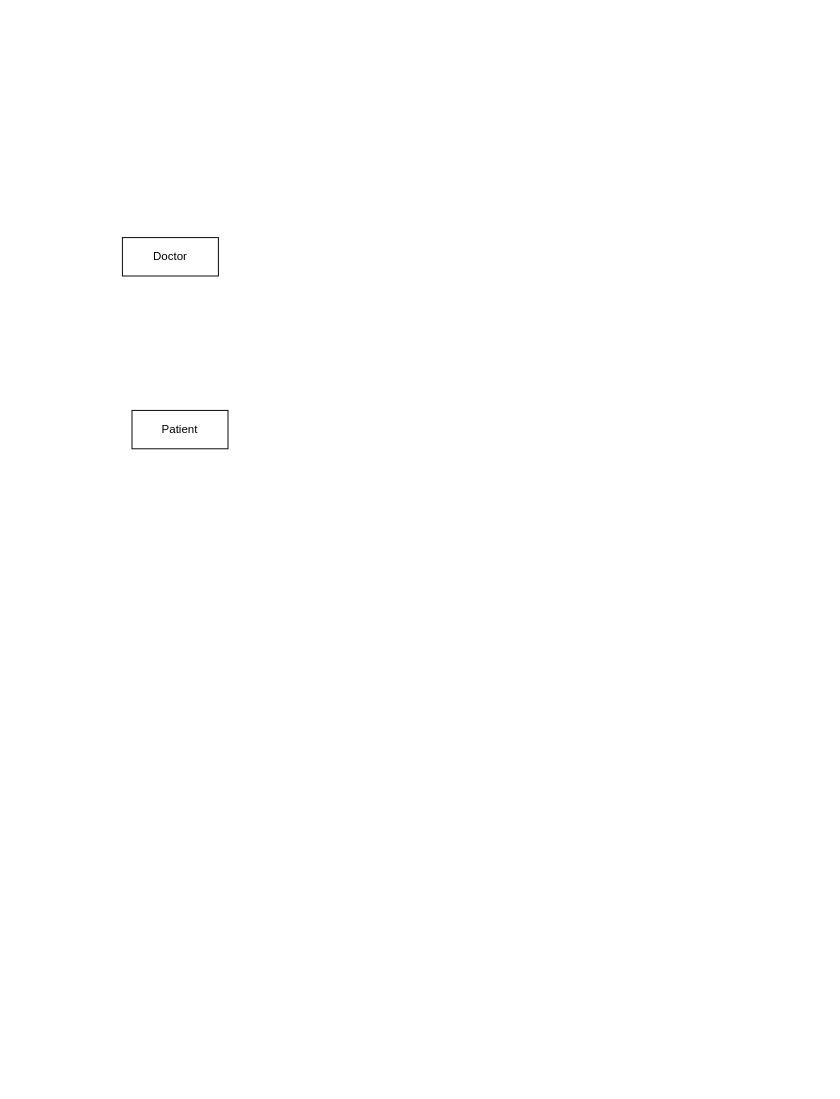
This is 9311.drawio from MC-Elixir/GRP-learning, a draw.io file, before an edit. Source tidied: cells renumbered, new cells numbered last; positions are measured from the earlier drawing's top-left corner, leaving out a move shared by most shapes. Both pictures are drawn from the tidied source at 96%, with x=0, y=0 at pixel (122, 237).
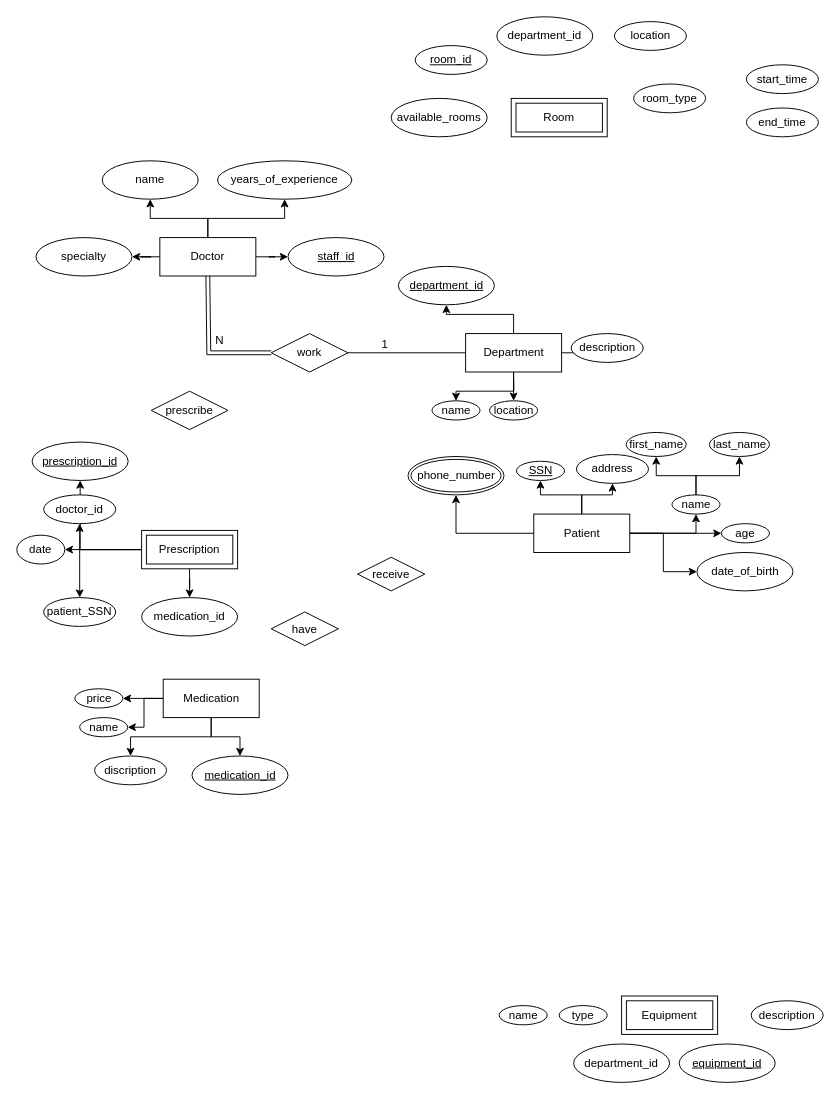
Above is the later version.

The edit, as a diff of the source:
```diff
@@
+    <mxCell id="4" style="edgeStyle=orthogonalEdgeStyle;rounded=0;jettySize=auto;html=1;" parent="1" edge="1" source="2" target="28">
+      <mxGeometry relative="1" as="geometry" />
+    </mxCell>
+    <mxCell id="5" style="edgeStyle=orthogonalEdgeStyle;rounded=0;jettySize=auto;html=1;" parent="1" edge="1" source="2" target="27">
+      <mxGeometry relative="1" as="geometry" />
+    </mxCell>
+    <mxCell id="6" style="edgeStyle=orthogonalEdgeStyle;rounded=0;jettySize=auto;html=1;" parent="1" edge="1" source="2" target="29">
+      <mxGeometry relative="1" as="geometry" />
+    </mxCell>
+    <mxCell id="7" style="edgeStyle=orthogonalEdgeStyle;rounded=0;jettySize=auto;html=1;" parent="1" edge="1" source="2" target="26">
+      <mxGeometry relative="1" as="geometry" />
+    </mxCell>
     <mxCell id="2" value="Doctor" style="whiteSpace=wrap;html=1;align=center;" parent="1" vertex="1">
-      <mxGeometry width="100" height="40" as="geometry" />
+      <mxGeometry x="39" width="100" height="40" as="geometry" />
     </mxCell>
+    <mxCell id="8" style="edgeStyle=orthogonalEdgeStyle;rounded=0;jettySize=auto;html=1;" parent="1" edge="1" source="12" target="30">
+      <mxGeometry relative="1" as="geometry" />
+    </mxCell>
+    <mxCell id="9" style="edgeStyle=orthogonalEdgeStyle;rounded=0;jettySize=auto;html=1;" parent="1" edge="1" source="12" target="33">
+      <mxGeometry relative="1" as="geometry" />
+    </mxCell>
+    <mxCell id="10" style="edgeStyle=orthogonalEdgeStyle;rounded=0;jettySize=auto;html=1;" parent="1" edge="1" source="12" target="32">
+      <mxGeometry relative="1" as="geometry" />
+    </mxCell>
+    <mxCell id="11" style="edgeStyle=orthogonalEdgeStyle;rounded=0;jettySize=auto;html=1;entryX=0.5;entryY=0;entryDx=0;entryDy=0;" parent="1" edge="1" source="12" target="31">
+      <mxGeometry relative="1" as="geometry" />
+    </mxCell>
+    <mxCell id="12" value="Department" style="whiteSpace=wrap;html=1;align=center;" parent="1" vertex="1">
+      <mxGeometry x="357.5" y="100" width="100" height="40" as="geometry" />
+    </mxCell>
+    <mxCell id="13" style="edgeStyle=orthogonalEdgeStyle;rounded=0;jettySize=auto;html=1;" parent="1" edge="1" source="17" target="35">
+      <mxGeometry relative="1" as="geometry" />
+    </mxCell>
+    <mxCell id="14" style="edgeStyle=orthogonalEdgeStyle;rounded=0;jettySize=auto;html=1;" parent="1" edge="1" source="17" target="36">
+      <mxGeometry relative="1" as="geometry" />
+    </mxCell>
+    <mxCell id="15" style="edgeStyle=orthogonalEdgeStyle;rounded=0;jettySize=auto;html=1;" parent="1" edge="1" source="17" target="37">
+      <mxGeometry relative="1" as="geometry" />
+    </mxCell>
+    <mxCell id="16" style="edgeStyle=orthogonalEdgeStyle;rounded=0;jettySize=auto;html=1;" parent="1" edge="1" source="17" target="34">
+      <mxGeometry relative="1" as="geometry" />
+    </mxCell>
+    <mxCell id="17" value="Medication" style="whiteSpace=wrap;html=1;align=center;" parent="1" vertex="1">
+      <mxGeometry x="42.5" y="460" width="100" height="40" as="geometry" />
+    </mxCell>
+    <mxCell id="18" style="edgeStyle=orthogonalEdgeStyle;rounded=0;jettySize=auto;html=1;" parent="1" edge="1" source="23" target="39">
+      <mxGeometry relative="1" as="geometry" />
+    </mxCell>
+    <mxCell id="19" style="edgeStyle=orthogonalEdgeStyle;rounded=0;jettySize=auto;html=1;" parent="1" edge="1" source="23" target="38">
+      <mxGeometry relative="1" as="geometry" />
+    </mxCell>
+    <mxCell id="20" style="edgeStyle=orthogonalEdgeStyle;rounded=0;jettySize=auto;html=1;" parent="1" edge="1" source="23" target="41">
+      <mxGeometry relative="1" as="geometry" />
+    </mxCell>
+    <mxCell id="21" style="edgeStyle=orthogonalEdgeStyle;rounded=0;jettySize=auto;html=1;" parent="1" edge="1" source="23" target="40">
+      <mxGeometry relative="1" as="geometry" />
+    </mxCell>
+    <mxCell id="22" style="edgeStyle=orthogonalEdgeStyle;rounded=0;jettySize=auto;html=1;" parent="1" edge="1" source="23" target="42">
+      <mxGeometry relative="1" as="geometry" />
+    </mxCell>
+    <mxCell id="23" value="Prescription" style="shape=ext;margin=3;double=1;whiteSpace=wrap;html=1;align=center;" parent="1" vertex="1">
+      <mxGeometry x="20" y="305" width="100" height="40" as="geometry" />
+    </mxCell>
+    <mxCell id="24" value="Room" style="shape=ext;margin=3;double=1;whiteSpace=wrap;html=1;align=center;" parent="1" vertex="1">
+      <mxGeometry x="405" y="-145" width="100" height="40" as="geometry" />
+    </mxCell>
+    <mxCell id="25" value="Equipment" style="shape=ext;margin=3;double=1;whiteSpace=wrap;html=1;align=center;" parent="1" vertex="1">
+      <mxGeometry x="520" y="790" width="100" height="40" as="geometry" />
+    </mxCell>
+    <mxCell id="26" value="staff_id" style="ellipse;whiteSpace=wrap;html=1;align=center;fontStyle=4;" parent="1" vertex="1">
+      <mxGeometry x="172.5" width="100" height="40" as="geometry" />
+    </mxCell>
+    <mxCell id="27" value="name" style="ellipse;whiteSpace=wrap;html=1;align=center;" parent="1" vertex="1">
+      <mxGeometry x="-21" y="-80" width="100" height="40" as="geometry" />
+    </mxCell>
+    <mxCell id="28" value="specialty" style="ellipse;whiteSpace=wrap;html=1;align=center;" parent="1" vertex="1">
+      <mxGeometry x="-90" width="100" height="40" as="geometry" />
+    </mxCell>
+    <mxCell id="29" value="years_of_experience" style="ellipse;whiteSpace=wrap;html=1;align=center;" parent="1" vertex="1">
+      <mxGeometry x="99" y="-80" width="140" height="40" as="geometry" />
+    </mxCell>
+    <mxCell id="30" value="department_id " style="ellipse;whiteSpace=wrap;html=1;align=center;fontStyle=4;" parent="1" vertex="1">
+      <mxGeometry x="287.5" y="30" width="100" height="40" as="geometry" />
+    </mxCell>
+    <mxCell id="31" value="name" style="ellipse;whiteSpace=wrap;html=1;align=center;" parent="1" vertex="1">
+      <mxGeometry x="322.5" y="170" width="50" height="20" as="geometry" />
+    </mxCell>
+    <mxCell id="32" value="description" style="ellipse;whiteSpace=wrap;html=1;align=center;" parent="1" vertex="1">
+      <mxGeometry x="467.5" y="100" width="75" height="30" as="geometry" />
+    </mxCell>
+    <mxCell id="33" value="location" style="ellipse;whiteSpace=wrap;html=1;align=center;" parent="1" vertex="1">
+      <mxGeometry x="382.5" y="170" width="50" height="20" as="geometry" />
+    </mxCell>
+    <mxCell id="34" value="medication_id " style="ellipse;whiteSpace=wrap;html=1;align=center;fontStyle=4;" parent="1" vertex="1">
+      <mxGeometry x="72.5" y="540" width="100" height="40" as="geometry" />
+    </mxCell>
+    <mxCell id="35" value="name" style="ellipse;whiteSpace=wrap;html=1;align=center;" parent="1" vertex="1">
+      <mxGeometry x="-44.5" y="500" width="50" height="20" as="geometry" />
+    </mxCell>
+    <mxCell id="36" value="discription" style="ellipse;whiteSpace=wrap;html=1;align=center;" parent="1" vertex="1">
+      <mxGeometry x="-29" y="540" width="75" height="30" as="geometry" />
+    </mxCell>
+    <mxCell id="37" value="price" style="ellipse;whiteSpace=wrap;html=1;align=center;" parent="1" vertex="1">
+      <mxGeometry x="-49.5" y="470" width="50" height="20" as="geometry" />
+    </mxCell>
+    <mxCell id="38" value="prescription_id " style="ellipse;whiteSpace=wrap;html=1;align=center;fontStyle=4;" parent="1" vertex="1">
+      <mxGeometry x="-94" y="213" width="100" height="40" as="geometry" />
+    </mxCell>
+    <mxCell id="39" value="date" style="ellipse;whiteSpace=wrap;html=1;align=center;" parent="1" vertex="1">
+      <mxGeometry x="-110" y="310" width="50" height="30" as="geometry" />
+    </mxCell>
+    <mxCell id="40" value="doctor_id " style="ellipse;whiteSpace=wrap;html=1;align=center;" parent="1" vertex="1">
+      <mxGeometry x="-82" y="268" width="75" height="30" as="geometry" />
+    </mxCell>
+    <mxCell id="41" value="patient_SSN " style="ellipse;whiteSpace=wrap;html=1;align=center;" parent="1" vertex="1">
+      <mxGeometry x="-82" y="375" width="75" height="30" as="geometry" />
+    </mxCell>
+    <mxCell id="42" value="medication_id " style="ellipse;whiteSpace=wrap;html=1;align=center;" parent="1" vertex="1">
+      <mxGeometry x="20" y="375" width="100" height="40" as="geometry" />
+    </mxCell>
+    <mxCell id="43" value="room_id " style="ellipse;whiteSpace=wrap;html=1;align=center;fontStyle=4;" parent="1" vertex="1">
+      <mxGeometry x="305" y="-200" width="75" height="30" as="geometry" />
+    </mxCell>
+    <mxCell id="44" value="location" style="ellipse;whiteSpace=wrap;html=1;align=center;" parent="1" vertex="1">
+      <mxGeometry x="512.5" y="-225" width="75" height="30" as="geometry" />
+    </mxCell>
+    <mxCell id="45" value="room_type" style="ellipse;whiteSpace=wrap;html=1;align=center;" parent="1" vertex="1">
+      <mxGeometry x="532.5" y="-160" width="75" height="30" as="geometry" />
+    </mxCell>
+    <mxCell id="46" value="department_id " style="ellipse;whiteSpace=wrap;html=1;align=center;" parent="1" vertex="1">
+      <mxGeometry x="390" y="-230" width="100" height="40" as="geometry" />
+    </mxCell>
+    <mxCell id="47" value="start_time" style="ellipse;whiteSpace=wrap;html=1;align=center;" parent="1" vertex="1">
+      <mxGeometry x="650" y="-180" width="75" height="30" as="geometry" />
+    </mxCell>
+    <mxCell id="48" value="end_time" style="ellipse;whiteSpace=wrap;html=1;align=center;" parent="1" vertex="1">
+      <mxGeometry x="650" y="-135" width="75" height="30" as="geometry" />
+    </mxCell>
+    <mxCell id="49" value="available_rooms" style="ellipse;whiteSpace=wrap;html=1;align=center;" parent="1" vertex="1">
+      <mxGeometry x="280" y="-145" width="100" height="40" as="geometry" />
+    </mxCell>
+    <mxCell id="50" value="equipment_id" style="ellipse;whiteSpace=wrap;html=1;align=center;fontStyle=4;" parent="1" vertex="1">
+      <mxGeometry x="580" y="840" width="100" height="40" as="geometry" />
+    </mxCell>
+    <mxCell id="51" value="name" style="ellipse;whiteSpace=wrap;html=1;align=center;" parent="1" vertex="1">
+      <mxGeometry x="392.5" y="800" width="50" height="20" as="geometry" />
+    </mxCell>
+    <mxCell id="52" value="type" style="ellipse;whiteSpace=wrap;html=1;align=center;" parent="1" vertex="1">
+      <mxGeometry x="455" y="800" width="50" height="20" as="geometry" />
+    </mxCell>
+    <mxCell id="53" value="description" style="ellipse;whiteSpace=wrap;html=1;align=center;" parent="1" vertex="1">
+      <mxGeometry x="655" y="795" width="75" height="30" as="geometry" />
+    </mxCell>
+    <mxCell id="54" value="department_id " style="ellipse;whiteSpace=wrap;html=1;align=center;" parent="1" vertex="1">
+      <mxGeometry x="470" y="840" width="100" height="40" as="geometry" />
+    </mxCell>
+    <mxCell id="55" value="work" style="shape=rhombus;perimeter=rhombusPerimeter;whiteSpace=wrap;html=1;align=center;" parent="1" vertex="1">
+      <mxGeometry x="155" y="100" width="80" height="40" as="geometry" />
+    </mxCell>
+    <mxCell id="56" style="endArrow=none;html=1;rounded=0;entryX=1;entryY=0.5;entryDx=0;entryDy=0;exitX=0;exitY=0.5;exitDx=0;exitDy=0;" parent="1" edge="1" source="12" target="55">
+      <mxGeometry relative="1" as="geometry" />
+    </mxCell>
+    <mxCell id="57" value="1" style="html=1;whiteSpace=wrap;align=right;verticalAlign=bottom;" parent="56" vertex="1">
+      <mxGeometry x="1" relative="1" as="geometry">
+        <mxPoint x="43" as="offset" />
+      </mxGeometry>
+    </mxCell>
+    <mxCell id="58" style="shape=link;html=1;rounded=0;entryX=0;entryY=0.5;entryDx=0;entryDy=0;exitX=0.5;exitY=1;exitDx=0;exitDy=0;" parent="1" edge="1" source="2" target="55">
+      <mxGeometry relative="1" as="geometry">
+        <Array as="points">
+          <mxPoint x="90" y="120" />
+        </Array>
+      </mxGeometry>
+    </mxCell>
+    <mxCell id="59" value="N" style="html=1;whiteSpace=wrap;align=right;verticalAlign=bottom;" parent="58" vertex="1">
+      <mxGeometry x="1" relative="1" as="geometry">
+        <mxPoint x="-48" y="-5" as="offset" />
+      </mxGeometry>
+    </mxCell>
+    <mxCell id="60" style="edgeStyle=orthogonalEdgeStyle;rounded=0;jettySize=auto;html=1;" parent="1" edge="1" source="3" target="72">
+      <mxGeometry relative="1" as="geometry" />
+    </mxCell>
+    <mxCell id="61" style="edgeStyle=orthogonalEdgeStyle;rounded=0;jettySize=auto;html=1;" parent="1" edge="1" source="3" target="69">
+      <mxGeometry relative="1" as="geometry" />
+    </mxCell>
+    <mxCell id="62" style="edgeStyle=orthogonalEdgeStyle;rounded=0;jettySize=auto;html=1;" parent="1" edge="1" source="3" target="71">
+      <mxGeometry relative="1" as="geometry" />
+    </mxCell>
+    <mxCell id="63" style="edgeStyle=orthogonalEdgeStyle;rounded=0;jettySize=auto;html=1;" parent="1" edge="1" source="3" target="66">
+      <mxGeometry relative="1" as="geometry" />
+    </mxCell>
+    <mxCell id="64" style="edgeStyle=orthogonalEdgeStyle;rounded=0;jettySize=auto;html=1;entryX=0.5;entryY=1;entryDx=0;entryDy=0;" parent="1" edge="1" source="3" target="75">
+      <mxGeometry relative="1" as="geometry" />
+    </mxCell>
+    <mxCell id="65" style="edgeStyle=orthogonalEdgeStyle;rounded=0;jettySize=auto;html=1;entryX=0;entryY=0.5;entryDx=0;entryDy=0;" parent="1" edge="1" source="3" target="70">
+      <mxGeometry relative="1" as="geometry" />
+    </mxCell>
     <mxCell id="3" value="Patient" style="whiteSpace=wrap;html=1;align=center;" parent="1" vertex="1">
-      <mxGeometry x="10" y="180" width="100" height="40" as="geometry" />
+      <mxGeometry x="428.5" y="288" width="100" height="40" as="geometry" />
     </mxCell>
+    <mxCell id="66" value="SSN" style="ellipse;whiteSpace=wrap;html=1;align=center;fontStyle=4;" parent="1" vertex="1">
+      <mxGeometry x="410.5" y="233" width="50" height="20" as="geometry" />
+    </mxCell>
+    <mxCell id="67" value="first_name" style="ellipse;whiteSpace=wrap;html=1;align=center;" parent="1" vertex="1">
+      <mxGeometry x="524.8" y="203" width="62.5" height="25" as="geometry" />
+    </mxCell>
+    <mxCell id="68" value="last_name" style="ellipse;whiteSpace=wrap;html=1;align=center;" parent="1" vertex="1">
+      <mxGeometry x="611.5" y="203" width="62.5" height="25" as="geometry" />
+    </mxCell>
+    <mxCell id="69" value="address" style="ellipse;whiteSpace=wrap;html=1;align=center;" parent="1" vertex="1">
+      <mxGeometry x="473" y="226" width="75" height="30" as="geometry" />
+    </mxCell>
+    <mxCell id="70" value="age" style="ellipse;whiteSpace=wrap;html=1;align=center;" parent="1" vertex="1">
+      <mxGeometry x="624" y="298" width="50" height="20" as="geometry" />
+    </mxCell>
+    <mxCell id="71" value="date_of_birth" style="ellipse;whiteSpace=wrap;html=1;align=center;" parent="1" vertex="1">
+      <mxGeometry x="598.5" y="328" width="100" height="40" as="geometry" />
+    </mxCell>
+    <mxCell id="72" value="phone_number" style="ellipse;shape=doubleEllipse;margin=3;whiteSpace=wrap;html=1;align=center;" parent="1" vertex="1">
+      <mxGeometry x="297.5" y="228" width="100" height="40" as="geometry" />
+    </mxCell>
+    <mxCell id="73" style="edgeStyle=orthogonalEdgeStyle;rounded=0;jettySize=auto;html=1;" parent="1" edge="1" source="75" target="68">
+      <mxGeometry relative="1" as="geometry" />
+    </mxCell>
+    <mxCell id="74" style="edgeStyle=orthogonalEdgeStyle;rounded=0;jettySize=auto;html=1;entryX=0.5;entryY=1;entryDx=0;entryDy=0;" parent="1" edge="1" source="75" target="67">
+      <mxGeometry relative="1" as="geometry" />
+    </mxCell>
+    <mxCell id="75" value="name" style="ellipse;whiteSpace=wrap;html=1;align=center;" parent="1" vertex="1">
+      <mxGeometry x="572.5" y="268" width="50" height="20" as="geometry" />
+    </mxCell>
+    <mxCell id="76" value="receive" style="shape=rhombus;perimeter=rhombusPerimeter;whiteSpace=wrap;html=1;align=center;" parent="1" vertex="1">
+      <mxGeometry x="245" y="333" width="70" height="35" as="geometry" />
+    </mxCell>
+    <mxCell id="77" value="prescribe" style="shape=rhombus;perimeter=rhombusPerimeter;whiteSpace=wrap;html=1;align=center;" parent="1" vertex="1">
+      <mxGeometry x="30" y="160" width="80" height="40" as="geometry" />
+    </mxCell>
+    <mxCell id="78" value="have" style="shape=rhombus;perimeter=rhombusPerimeter;whiteSpace=wrap;html=1;align=center;" parent="1" vertex="1">
+      <mxGeometry x="155" y="390" width="70" height="35" as="geometry" />
+    </mxCell>
```
